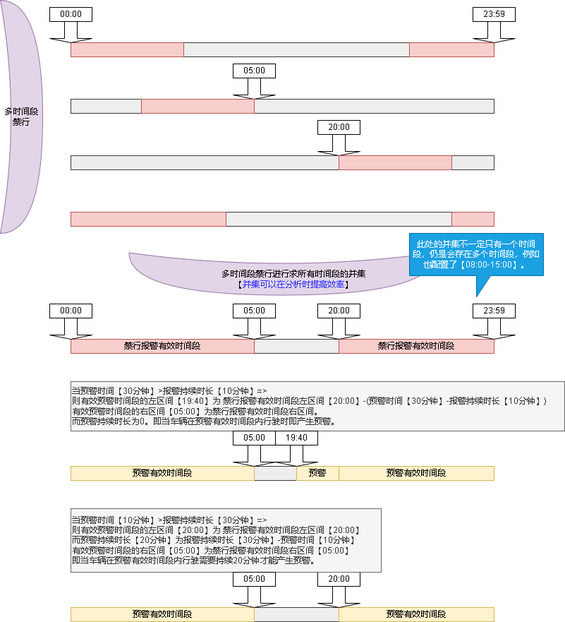
Above: 禁行.drawio.png in xktder/draw (draw.io), before the change. Source tidied: cells renumbered, new cells last; positions are measured from the earlier drawing's top-left corner, leaving out a move shared by most shapes.
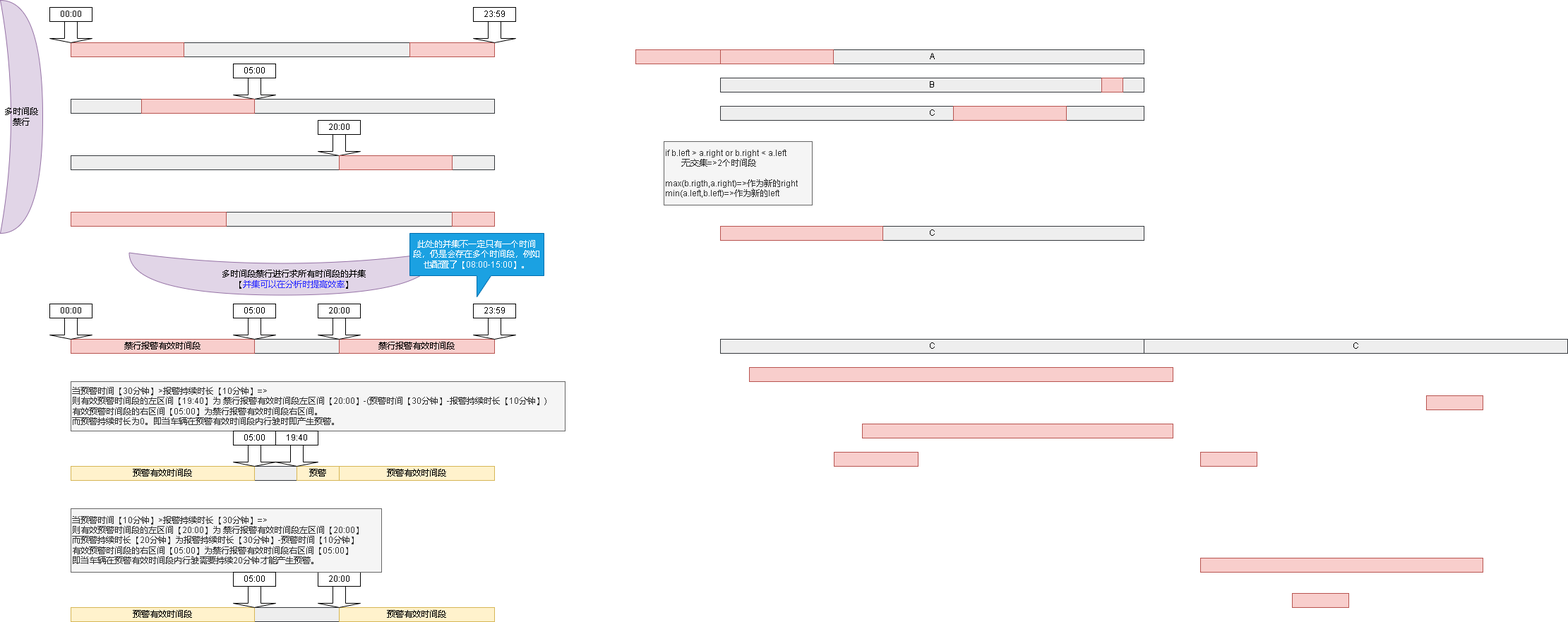
Above is the later version.

Diff of the diagram source:
```diff
@@ -152,5 +152,65 @@
     <mxCell id="51" value="此处的并集不一定只有一个时间段，仍是会存在多个时间段，例如也配置了【08:00-15:00】。" style="shape=callout;whiteSpace=wrap;html=1;perimeter=calloutPerimeter;fillColor=#1ba1e2;fontColor=#ffffff;strokeColor=#006EAF;" parent="1" vertex="1">
       <mxGeometry x="580" y="330" width="190" height="90" as="geometry" />
     </mxCell>
+    <mxCell id="52" value="A" style="rounded=0;whiteSpace=wrap;html=1;fillColor=#eeeeee;strokeColor=#36393d;" parent="1" vertex="1">
+      <mxGeometry x="1020" y="70" width="600" height="20" as="geometry" />
+    </mxCell>
+    <mxCell id="53" style="rounded=0;whiteSpace=wrap;html=1;fillColor=#f8cecc;strokeColor=#b85450;" parent="1" vertex="1">
+      <mxGeometry x="1020" y="70" width="160" height="20" as="geometry" />
+    </mxCell>
+    <mxCell id="54" style="rounded=0;whiteSpace=wrap;html=1;fillColor=#f8cecc;strokeColor=#b85450;" parent="1" vertex="1">
+      <mxGeometry x="900" y="70" width="120" height="20" as="geometry" />
+    </mxCell>
+    <mxCell id="55" value="C" style="rounded=0;whiteSpace=wrap;html=1;fillColor=#eeeeee;strokeColor=#36393d;" parent="1" vertex="1">
+      <mxGeometry x="1020" y="150" width="600" height="20" as="geometry" />
+    </mxCell>
+    <mxCell id="56" style="rounded=0;whiteSpace=wrap;html=1;fillColor=#f8cecc;strokeColor=#b85450;" parent="1" vertex="1">
+      <mxGeometry x="1350" y="150" width="160" height="20" as="geometry" />
+    </mxCell>
+    <mxCell id="57" value="&lt;br&gt;&lt;span style=&quot;white-space: pre;&quot;&gt;&#9;&lt;/span&gt;" style="text;html=1;align=left;verticalAlign=middle;strokeColor=none;fillColor=none;fontColor=#3333FF;" parent="1" vertex="1">
+      <mxGeometry x="1035" y="230" width="50" height="40" as="geometry" />
+    </mxCell>
+    <mxCell id="58" value="if b.left &amp;gt; a.right or b.right &amp;lt; a.left&lt;br&gt;&lt;span style=&quot;white-space: pre;&quot;&gt;&#9;&lt;/span&gt;无交集=&amp;gt;2个时间段&lt;br&gt;&lt;br&gt;max(b.rigth,a.right)=&amp;gt;作为新的right&lt;br&gt;min(a.left,b.left)=&amp;gt;作为新的left" style="text;html=1;align=left;verticalAlign=middle;fillColor=#f5f5f5;fontColor=#333333;strokeColor=#666666;" parent="1" vertex="1">
+      <mxGeometry x="940" y="200" width="210" height="90" as="geometry" />
+    </mxCell>
+    <mxCell id="59" value="C" style="rounded=0;whiteSpace=wrap;html=1;fillColor=#eeeeee;strokeColor=#36393d;" parent="1" vertex="1">
+      <mxGeometry x="1020" y="320" width="600" height="20" as="geometry" />
+    </mxCell>
+    <mxCell id="60" style="rounded=0;whiteSpace=wrap;html=1;fillColor=#f8cecc;strokeColor=#b85450;" parent="1" vertex="1">
+      <mxGeometry x="1020" y="320" width="230" height="20" as="geometry" />
+    </mxCell>
+    <mxCell id="61" value="B" style="rounded=0;whiteSpace=wrap;html=1;fillColor=#eeeeee;strokeColor=#36393d;" parent="1" vertex="1">
+      <mxGeometry x="1020" y="110" width="600" height="20" as="geometry" />
+    </mxCell>
+    <mxCell id="62" style="rounded=0;whiteSpace=wrap;html=1;fillColor=#f8cecc;strokeColor=#b85450;" parent="1" vertex="1">
+      <mxGeometry x="1560" y="110" width="30" height="20" as="geometry" />
+    </mxCell>
+    <mxCell id="63" value="C" style="rounded=0;whiteSpace=wrap;html=1;fillColor=#eeeeee;strokeColor=#36393d;" parent="1" vertex="1">
+      <mxGeometry x="1620" y="480" width="600" height="20" as="geometry" />
+    </mxCell>
+    <mxCell id="64" value="C" style="rounded=0;whiteSpace=wrap;html=1;fillColor=#eeeeee;strokeColor=#36393d;" parent="1" vertex="1">
+      <mxGeometry x="1020" y="480" width="600" height="20" as="geometry" />
+    </mxCell>
+    <mxCell id="65" style="rounded=0;whiteSpace=wrap;html=1;fillColor=#f8cecc;strokeColor=#b85450;" parent="1" vertex="1">
+      <mxGeometry x="1061" y="520" width="600" height="20" as="geometry" />
+    </mxCell>
+    <mxCell id="66" style="rounded=0;whiteSpace=wrap;html=1;fillColor=#f8cecc;strokeColor=#b85450;" parent="1" vertex="1">
+      <mxGeometry x="2020" y="560" width="80" height="20" as="geometry" />
+    </mxCell>
+    <mxCell id="67" style="rounded=0;whiteSpace=wrap;html=1;fillColor=#f8cecc;strokeColor=#b85450;" parent="1" vertex="1">
+      <mxGeometry x="1830" y="840" width="80" height="20" as="geometry" />
+    </mxCell>
+    <mxCell id="68" style="rounded=0;whiteSpace=wrap;html=1;fillColor=#f8cecc;strokeColor=#b85450;" parent="1" vertex="1">
+      <mxGeometry x="1221" y="600" width="440" height="20" as="geometry" />
+    </mxCell>
+    <mxCell id="69" style="rounded=0;whiteSpace=wrap;html=1;fillColor=#f8cecc;strokeColor=#b85450;" parent="1" vertex="1">
+      <mxGeometry x="1700" y="640" width="80" height="20" as="geometry" />
+    </mxCell>
+    <mxCell id="70" style="rounded=0;whiteSpace=wrap;html=1;fillColor=#f8cecc;strokeColor=#b85450;" parent="1" vertex="1">
+      <mxGeometry x="1700" y="790" width="400" height="20" as="geometry" />
+    </mxCell>
+    <mxCell id="71" style="rounded=0;whiteSpace=wrap;html=1;fillColor=#f8cecc;strokeColor=#b85450;" parent="1" vertex="1">
+      <mxGeometry x="1181" y="640" width="119" height="20" as="geometry" />
+    </mxCell>
   </root>
 </mxGraphModel>
```
